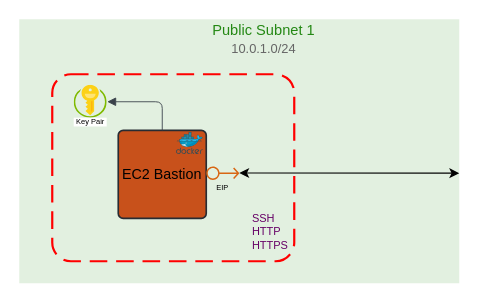
Before: infra/diagrams/02-bastion-EC2.drawio in agevega/agevega.com, a draw.io diagram. Source tidied: cells renumbered, new cells numbered last; positions are measured from the earlier drawing's top-left corner, leaving out a move shared by most shapes. Both pictures are drawn from the tidied source at 110%, with x=0, y=0 at pixel (19, 19).
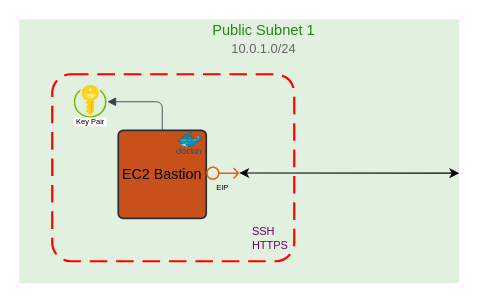
The same page after the edit.

Diff of the diagram source:
```diff
@@
 <mxGraphModel>
   <root>
     <mxCell id="0" />
     <mxCell id="1" parent="0" />
     <mxCell id="2" value="&lt;div style=&quot;display: flex; justify-content: center; text-align: center; align-items: baseline; font-size: 0; line-height: 1.25;margin-top: -2px;&quot;&gt;&lt;span&gt;&lt;span style=&quot;font-size:13.3px;color:#248814;&quot;&gt;Public Subnet 1&#10;&lt;/span&gt;&lt;span style=&quot;font-size:11.7px;color:#666666;&quot;&gt;10.0.1.0/24&lt;/span&gt;&lt;/span&gt;&lt;/div&gt;" style="html=1;overflow=block;blockSpacing=1;whiteSpace=wrap;shape=mxgraph.aws4.group;grIcon=mxgraph.aws4.group_security_group;grStroke=0;verticalAlign=top;align=left;grIconSize=40;spacingLeft=45;spacingTop=5;strokeColor=#2C8723;fontColor=#2C8723;fillOpacity=13;fillColor=#248814;fontSize=13;spacing=0;strokeOpacity=0;strokeWidth=1.5;lucidId=5vrzvM7WRNY_;" parent="1" vertex="1">
       <mxGeometry width="400" height="240" as="geometry" />
     </mxCell>
-    <mxCell id="3" value="SSH&#10;HTTP&#10;HTTPS" style="rounded=1;arcSize=10;dashed=1;strokeColor=#ff0000;fillColor=none;gradientColor=none;dashPattern=8 4;strokeWidth=2;fontColor=#660066;spacingTop=0;spacingBottom=0;align=left;verticalAlign=top;spacingRight=0;spacing=-49;labelBackgroundColor=none;fontSize=10;labelPosition=right;verticalLabelPosition=bottom;spacingLeft=11;" parent="2" vertex="1">
+    <mxCell id="3" value="&#10;SSH&#10;HTTPS" style="rounded=1;arcSize=10;dashed=1;strokeColor=#ff0000;fillColor=none;gradientColor=none;dashPattern=8 4;strokeWidth=2;fontColor=#660066;spacingTop=0;spacingBottom=0;align=left;verticalAlign=top;spacingRight=0;spacing=-49;labelBackgroundColor=none;fontSize=10;labelPosition=right;verticalLabelPosition=bottom;spacingLeft=11;" parent="2" vertex="1">
       <mxGeometry x="30" y="50" width="220" height="170" as="geometry" />
     </mxCell>
     <mxCell id="4" value="EC2 Bastion" style="html=1;overflow=block;blockSpacing=1;whiteSpace=wrap;fontSize=13;spacing=0;strokeColor=#282c33;strokeOpacity=100;fillOpacity=100;rounded=1;absoluteArcSize=1;arcSize=9;fillColor=#c8511b;strokeWidth=1.5;lucidId=p3uz_W5sySJC;" parent="2" vertex="1">
       <mxGeometry x="90" y="101" width="80" height="80" as="geometry" />
     </mxCell>
     <mxCell id="5" value="EIP" style="html=1;overflow=block;blockSpacing=1;whiteSpace=wrap;shape=mxgraph.aws4.elastic_ip_address;verticalLabelPosition=bottom;align=center;verticalAlign=top;fontSize=6.8;spacing=0;strokeColor=#282c33;strokeOpacity=100;rounded=1;absoluteArcSize=1;arcSize=9;fillColor=#d86613;strokeWidth=1.5;lucidId=d6uzseZ3kTpp;" parent="2" vertex="1">
       <mxGeometry x="170" y="130" width="30" height="20" as="geometry" />
     </mxCell>
     <mxCell id="6" value="Key Pair" style="overflow=block;blockSpacing=1;whiteSpace=wrap;image;html=1;points=[];align=center;verticalAlign=top;image=img/lib/mscae/Key_Vaults.svg;fontSize=6.8;spacing=0;strokeColor=#282c33;strokeOpacity=100;rounded=1;absoluteArcSize=1;arcSize=9;fillColor=#fcd116;strokeWidth=1.5;lucidId=w1uzugjAq.0U;" parent="2" vertex="1">
       <mxGeometry x="50" y="60" width="30" height="30" as="geometry" />
     </mxCell>
     <mxCell id="7" style="html=1;jettySize=18;whiteSpace=wrap;fontSize=13;strokeColor=#3a414a;strokeOpacity=100;strokeWidth=0.8;rounded=1;arcSize=12;edgeStyle=orthogonalEdgeStyle;startArrow=none;endArrow=block;endFill=1;exitX=0.5;exitY=0;exitPerimeter=0;lucidId=udvzKSa8cB4d;" parent="2" edge="1" source="4" target="6">
       <mxGeometry relative="1" as="geometry">
         <Array as="points">
           <mxPoint x="130" y="75" />
         </Array>
       </mxGeometry>
     </mxCell>
     <mxCell id="8" style="image;sketch=0;html=1;align=center;fontSize=12;image=img/lib/mscae/Docker.svg;" parent="2" vertex="1">
       <mxGeometry x="143" y="103" width="24.4" height="20" as="geometry" />
     </mxCell>
     <mxCell id="9" style="endArrow=classic;startArrow=classic;html=1;rounded=0;entryX=1;entryY=0.583;entryDx=0;entryDy=0;entryPerimeter=0;" parent="2" edge="1" target="2">
       <mxGeometry relative="1" as="geometry">
         <mxPoint x="200" y="139.8" as="sourcePoint" />
       </mxGeometry>
     </mxCell>
   </root>
 </mxGraphModel>
```
